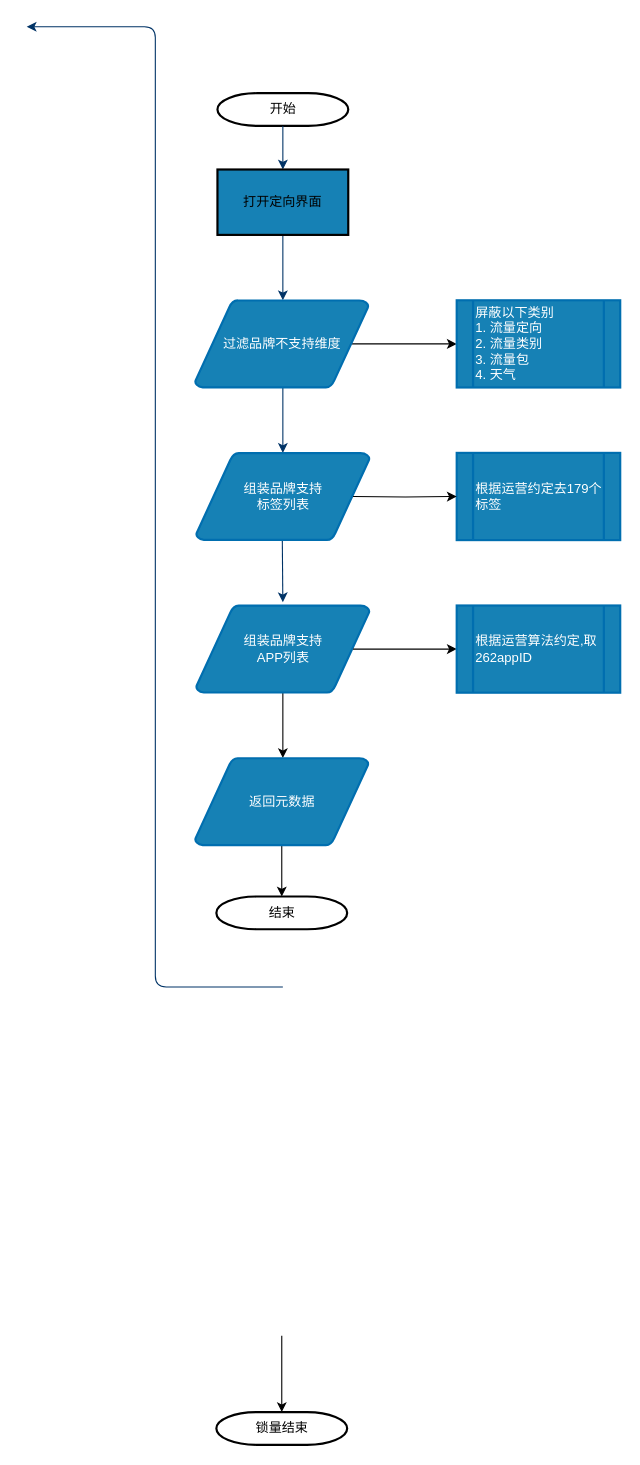
Before: brand-drawio/定向元数据流程图.drawio in karlchan-cn/drawio-repository, a draw.io diagram. Source tidied: cells renumbered, new cells numbered last; positions are measured from the earlier drawing's top-left corner, leaving out a move shared by most shapes. Both pictures are drawn from the tidied source at 109%, with x=0, y=0 at pixel (26, 26).
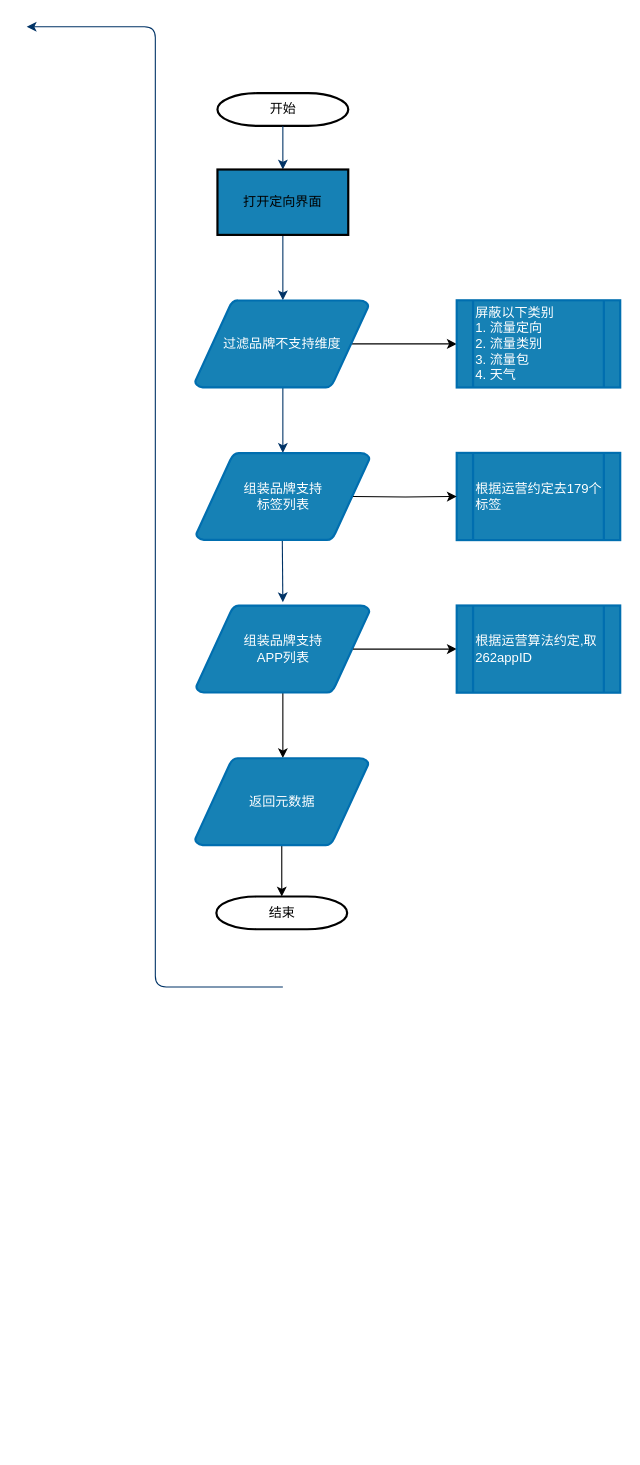
After the change.

Commit message (it also covers changes not shown here):
Update 定向元数据流程图.drawio

What changed in the source:
```diff
@@
-    <mxCell id="9" style="edgeStyle=elbowEdgeStyle;rounded=1;jettySize=auto;html=1;entryX=0.5;entryY=0;entryDx=0;entryDy=0;entryPerimeter=0;" parent="1" edge="1" target="10">
-      <mxGeometry relative="1" as="geometry">
-        <mxPoint x="234" y="1201" as="sourcePoint" />
-      </mxGeometry>
-    </mxCell>
-    <mxCell id="10" value="锁量结束" style="shape=mxgraph.flowchart.terminator;strokeWidth=2;gradientColor=none;gradientDirection=north;fontStyle=0;html=1;" parent="1" vertex="1">
-      <mxGeometry x="174" y="1271" width="120" height="30" as="geometry" />
-    </mxCell>
```
